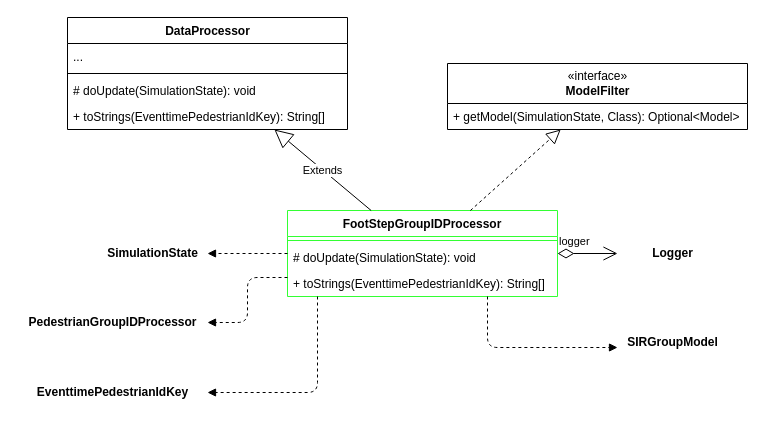
sonmikrafft-uni-MLCMS/ex2 keeps this draw.io diagram as UML/FootStepGroupIDProcessor_UML.drawio. Above is the earlier version. Source tidied: cells renumbered, new cells numbered last; positions are measured from the earlier drawing's top-left corner, leaving out a move shared by most shapes. Both pictures are drawn from the tidied source at 100%, with x=0, y=0 at pixel (17, 17).
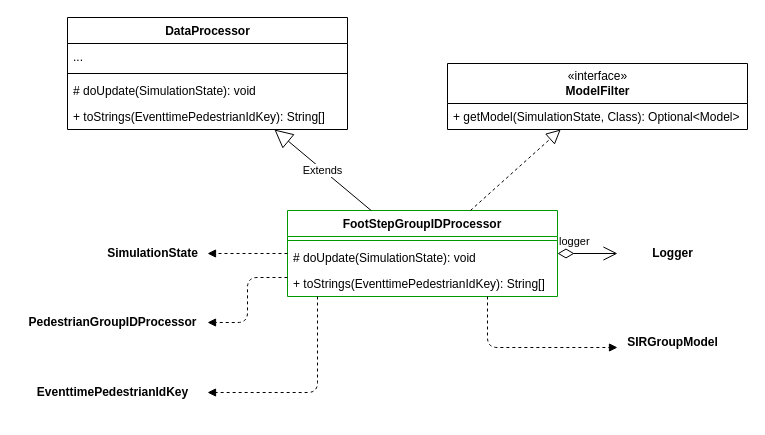
After the change.

Commit message (it also covers changes not shown here):
Fix colors for better appearance on white background + export .svg file

What changed in the source:
```diff
@@
-    <mxCell id="2" value="FootStepGroupIDProcessor" style="swimlane;fontStyle=1;align=center;verticalAlign=top;horizontal=1;startSize=26;strokeColor=#33FF33;" parent="1" vertex="1">
+    <mxCell id="2" value="FootStepGroupIDProcessor" style="swimlane;fontStyle=1;align=center;verticalAlign=top;horizontal=1;startSize=26;strokeColor=#009900;" parent="1" vertex="1">
       <mxGeometry x="270" y="193" width="270" height="86" as="geometry" />
     </mxCell>
-    <mxCell id="3" style="line;strokeWidth=1;fillColor=none;align=left;verticalAlign=middle;spacingTop=-1;spacingLeft=3;spacingRight=3;labelPosition=right;strokeColor=#33FF33;" parent="2" vertex="1">
+    <mxCell id="3" style="line;strokeWidth=1;fillColor=none;align=left;verticalAlign=middle;spacingTop=-1;spacingLeft=3;spacingRight=3;labelPosition=right;strokeColor=#009900;" parent="2" vertex="1">
       <mxGeometry y="26" width="270" height="8" as="geometry" />
     </mxCell>
```
